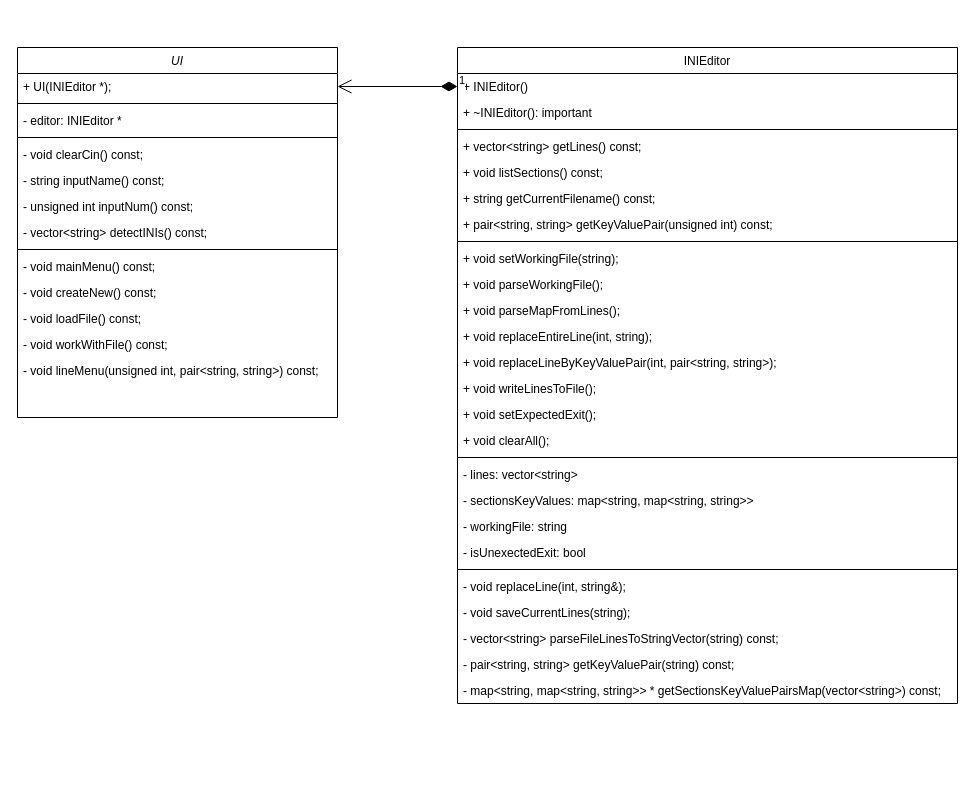
The draw.io diagram docs/classes.drawio in Rahjael/INIEditor, before the edit. Source tidied: cells renumbered, new cells numbered last; positions are measured from the earlier drawing's top-left corner, leaving out a move shared by most shapes. Both pictures are drawn from the tidied source at 100%, with x=0, y=0 at pixel (17, 47).
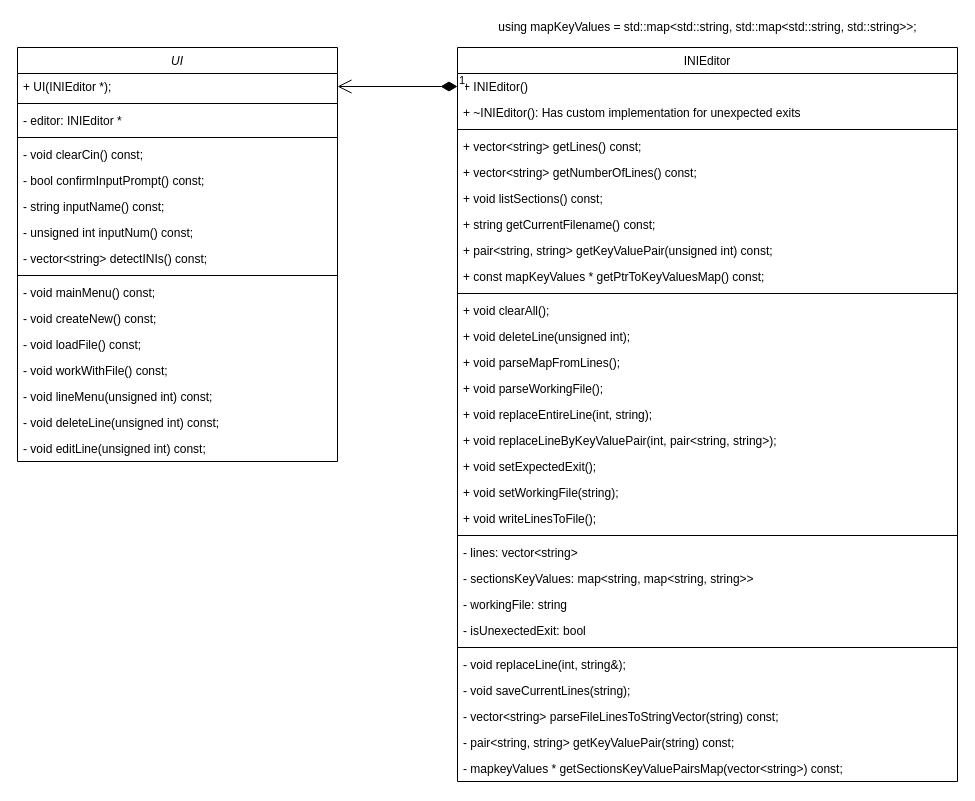
After the change.

The edit, as a diff of the source:
```diff
@@
     <mxCell id="2" value="UI" style="swimlane;fontStyle=2;align=center;verticalAlign=top;horizontal=1;startSize=26;rounded=0;shadow=0;strokeWidth=1;" parent="1" vertex="1">
-      <mxGeometry width="320" height="370" as="geometry" />
+      <mxGeometry width="320" height="414" as="geometry" />
     </mxCell>
@@
+    <mxCell id="46" value="- bool confirmInputPrompt() const;" style="text;align=left;verticalAlign=top;spacingLeft=4;spacingRight=4;overflow=hidden;rounded=0;shadow=0;html=0;" parent="2" vertex="1">
+      <mxGeometry y="120" width="320" height="26" as="geometry" />
+    </mxCell>
     <mxCell id="8" value="- string inputName() const;&#10;" style="text;align=left;verticalAlign=top;spacingLeft=4;spacingRight=4;overflow=hidden;rounded=0;shadow=0;html=0;" parent="2" vertex="1">
-      <mxGeometry y="120" width="320" height="26" as="geometry" />
+      <mxGeometry y="146" width="320" height="26" as="geometry" />
     </mxCell>
     <mxCell id="9" value="- unsigned int inputNum() const;&#10;" style="text;align=left;verticalAlign=top;spacingLeft=4;spacingRight=4;overflow=hidden;rounded=0;shadow=0;html=0;" parent="2" vertex="1">
-      <mxGeometry y="146" width="320" height="26" as="geometry" />
+      <mxGeometry y="172" width="320" height="26" as="geometry" />
     </mxCell>
     <mxCell id="10" value="- vector&lt;string&gt; detectINIs() const;&#10;" style="text;align=left;verticalAlign=top;spacingLeft=4;spacingRight=4;overflow=hidden;rounded=0;shadow=0;html=0;" parent="2" vertex="1">
-      <mxGeometry y="172" width="320" height="26" as="geometry" />
+      <mxGeometry y="198" width="320" height="26" as="geometry" />
     </mxCell>
     <mxCell id="11" style="line;strokeWidth=1;fillColor=none;align=left;verticalAlign=middle;spacingTop=-1;spacingLeft=3;spacingRight=3;labelPosition=right;" parent="2" vertex="1">
-      <mxGeometry y="198" width="320" height="8" as="geometry" />
+      <mxGeometry y="224" width="320" height="8" as="geometry" />
     </mxCell>
     <mxCell id="12" value="- void mainMenu() const;&#10;" style="text;align=left;verticalAlign=top;spacingLeft=4;spacingRight=4;overflow=hidden;rounded=0;shadow=0;html=0;" parent="2" vertex="1">
-      <mxGeometry y="206" width="320" height="26" as="geometry" />
+      <mxGeometry y="232" width="320" height="26" as="geometry" />
     </mxCell>
     <mxCell id="13" value="- void createNew() const;&#10;" style="text;align=left;verticalAlign=top;spacingLeft=4;spacingRight=4;overflow=hidden;rounded=0;shadow=0;html=0;" parent="2" vertex="1">
-      <mxGeometry y="232" width="320" height="26" as="geometry" />
+      <mxGeometry y="258" width="320" height="26" as="geometry" />
     </mxCell>
     <mxCell id="14" value="- void loadFile() const;&#10;" style="text;align=left;verticalAlign=top;spacingLeft=4;spacingRight=4;overflow=hidden;rounded=0;shadow=0;html=0;" parent="2" vertex="1">
-      <mxGeometry y="258" width="320" height="26" as="geometry" />
+      <mxGeometry y="284" width="320" height="26" as="geometry" />
     </mxCell>
     <mxCell id="15" value="- void workWithFile() const;&#10;" style="text;align=left;verticalAlign=top;spacingLeft=4;spacingRight=4;overflow=hidden;rounded=0;shadow=0;html=0;" parent="2" vertex="1">
-      <mxGeometry y="284" width="320" height="26" as="geometry" />
+      <mxGeometry y="310" width="320" height="26" as="geometry" />
     </mxCell>
-    <mxCell id="16" value="- void lineMenu(unsigned int, pair&lt;string, string&gt;) const;&#10;" style="text;align=left;verticalAlign=top;spacingLeft=4;spacingRight=4;overflow=hidden;rounded=0;shadow=0;html=0;" parent="2" vertex="1">
-      <mxGeometry y="310" width="320" height="26" as="geometry" />
+    <mxCell id="16" value="- void lineMenu(unsigned int) const;&#10;" style="text;align=left;verticalAlign=top;spacingLeft=4;spacingRight=4;overflow=hidden;rounded=0;shadow=0;html=0;" parent="2" vertex="1">
+      <mxGeometry y="336" width="320" height="26" as="geometry" />
     </mxCell>
+    <mxCell id="47" value="- void deleteLine(unsigned int) const;&#10;" style="text;align=left;verticalAlign=top;spacingLeft=4;spacingRight=4;overflow=hidden;rounded=0;shadow=0;html=0;" parent="2" vertex="1">
+      <mxGeometry y="362" width="320" height="26" as="geometry" />
+    </mxCell>
+    <mxCell id="48" value="- void editLine(unsigned int) const;&#10;" style="text;align=left;verticalAlign=top;spacingLeft=4;spacingRight=4;overflow=hidden;rounded=0;shadow=0;html=0;" parent="2" vertex="1">
+      <mxGeometry y="388" width="320" height="26" as="geometry" />
+    </mxCell>
     <mxCell id="17" value="INIEditor" style="swimlane;fontStyle=0;horizontal=1;startSize=26;fillColor=none;swimlaneLine=1;" parent="1" vertex="1">
-      <mxGeometry x="440" width="500" height="656" as="geometry" />
+      <mxGeometry x="440" width="500" height="734" as="geometry" />
     </mxCell>
@@
-    <mxCell id="19" value="+ ~INIEditor(): important" style="text;strokeColor=none;fillColor=none;align=left;verticalAlign=top;spacingLeft=4;spacingRight=4;overflow=hidden;" parent="17" vertex="1">
+    <mxCell id="19" value="+ ~INIEditor(): Has custom implementation for unexpected exits" style="text;strokeColor=none;fillColor=none;align=left;verticalAlign=top;spacingLeft=4;spacingRight=4;overflow=hidden;" parent="17" vertex="1">
       <mxGeometry y="52" width="500" height="26" as="geometry" />
     </mxCell>
@@
+    <mxCell id="49" value="+ vector&lt;string&gt; getNumberOfLines() const;" style="text;strokeColor=none;fillColor=none;align=left;verticalAlign=top;spacingLeft=4;spacingRight=4;overflow=hidden;" parent="17" vertex="1">
+      <mxGeometry y="112" width="500" height="26" as="geometry" />
+    </mxCell>
     <mxCell id="22" value="+ void listSections() const;" style="text;strokeColor=none;fillColor=none;align=left;verticalAlign=top;spacingLeft=4;spacingRight=4;overflow=hidden;" parent="17" vertex="1">
-      <mxGeometry y="112" width="500" height="26" as="geometry" />
+      <mxGeometry y="138" width="500" height="26" as="geometry" />
     </mxCell>
     <mxCell id="23" value="+ string getCurrentFilename() const;" style="text;strokeColor=none;fillColor=none;align=left;verticalAlign=top;spacingLeft=4;spacingRight=4;overflow=hidden;" parent="17" vertex="1">
-      <mxGeometry y="138" width="500" height="26" as="geometry" />
+      <mxGeometry y="164" width="500" height="26" as="geometry" />
     </mxCell>
     <mxCell id="24" value="+ pair&lt;string, string&gt; getKeyValuePair(unsigned int) const;" style="text;strokeColor=none;fillColor=none;align=left;verticalAlign=top;spacingLeft=4;spacingRight=4;overflow=hidden;" parent="17" vertex="1">
-      <mxGeometry y="164" width="500" height="26" as="geometry" />
+      <mxGeometry y="190" width="500" height="26" as="geometry" />
     </mxCell>
+    <mxCell id="50" value="+ const mapKeyValues * getPtrToKeyValuesMap() const;" style="text;strokeColor=none;fillColor=none;align=left;verticalAlign=top;spacingLeft=4;spacingRight=4;overflow=hidden;" parent="17" vertex="1">
+      <mxGeometry y="216" width="500" height="26" as="geometry" />
+    </mxCell>
     <mxCell id="25" style="line;strokeWidth=1;fillColor=none;align=left;verticalAlign=middle;spacingTop=-1;spacingLeft=3;spacingRight=3;labelPosition=right;" parent="17" vertex="1">
-      <mxGeometry y="190" width="500" height="8" as="geometry" />
+      <mxGeometry y="242" width="500" height="8" as="geometry" />
     </mxCell>
-    <mxCell id="26" value="+ void setWorkingFile(string);" style="text;strokeColor=none;fillColor=none;align=left;verticalAlign=top;spacingLeft=4;spacingRight=4;overflow=hidden;" parent="17" vertex="1">
-      <mxGeometry y="198" width="500" height="26" as="geometry" />
-    </mxCell>
+    <mxCell id="33" value="+ void clearAll();" style="text;strokeColor=none;fillColor=none;align=left;verticalAlign=top;spacingLeft=4;spacingRight=4;overflow=hidden;" parent="17" vertex="1">
+      <mxGeometry y="250" width="500" height="26" as="geometry" />
+    </mxCell>
+    <mxCell id="51" value="+ void deleteLine(unsigned int);" style="text;strokeColor=none;fillColor=none;align=left;verticalAlign=top;spacingLeft=4;spacingRight=4;overflow=hidden;" parent="17" vertex="1">
+      <mxGeometry y="276" width="500" height="26" as="geometry" />
+    </mxCell>
+    <mxCell id="28" value="+ void parseMapFromLines();" style="text;strokeColor=none;fillColor=none;align=left;verticalAlign=top;spacingLeft=4;spacingRight=4;overflow=hidden;" parent="17" vertex="1">
+      <mxGeometry y="302" width="500" height="26" as="geometry" />
+    </mxCell>
     <mxCell id="27" value="+ void parseWorkingFile();" style="text;strokeColor=none;fillColor=none;align=left;verticalAlign=top;spacingLeft=4;spacingRight=4;overflow=hidden;" parent="17" vertex="1">
-      <mxGeometry y="224" width="500" height="26" as="geometry" />
+      <mxGeometry y="328" width="500" height="26" as="geometry" />
     </mxCell>
-    <mxCell id="28" value="+ void parseMapFromLines();" style="text;strokeColor=none;fillColor=none;align=left;verticalAlign=top;spacingLeft=4;spacingRight=4;overflow=hidden;" parent="17" vertex="1">
-      <mxGeometry y="250" width="500" height="26" as="geometry" />
-    </mxCell>
     <mxCell id="29" value="+ void replaceEntireLine(int, string);" style="text;strokeColor=none;fillColor=none;align=left;verticalAlign=top;spacingLeft=4;spacingRight=4;overflow=hidden;" parent="17" vertex="1">
-      <mxGeometry y="276" width="500" height="26" as="geometry" />
+      <mxGeometry y="354" width="500" height="26" as="geometry" />
     </mxCell>
     <mxCell id="30" value="+ void replaceLineByKeyValuePair(int, pair&lt;string, string&gt;);" style="text;strokeColor=none;fillColor=none;align=left;verticalAlign=top;spacingLeft=4;spacingRight=4;overflow=hidden;" parent="17" vertex="1">
-      <mxGeometry y="302" width="500" height="26" as="geometry" />
+      <mxGeometry y="380" width="500" height="26" as="geometry" />
     </mxCell>
+    <mxCell id="32" value="+ void setExpectedExit();" style="text;strokeColor=none;fillColor=none;align=left;verticalAlign=top;spacingLeft=4;spacingRight=4;overflow=hidden;" parent="17" vertex="1">
+      <mxGeometry y="406" width="500" height="26" as="geometry" />
+    </mxCell>
+    <mxCell id="26" value="+ void setWorkingFile(string);" style="text;strokeColor=none;fillColor=none;align=left;verticalAlign=top;spacingLeft=4;spacingRight=4;overflow=hidden;" parent="17" vertex="1">
+      <mxGeometry y="432" width="500" height="26" as="geometry" />
+    </mxCell>
     <mxCell id="31" value="+ void writeLinesToFile();" style="text;strokeColor=none;fillColor=none;align=left;verticalAlign=top;spacingLeft=4;spacingRight=4;overflow=hidden;" parent="17" vertex="1">
-      <mxGeometry y="328" width="500" height="26" as="geometry" />
+      <mxGeometry y="458" width="500" height="26" as="geometry" />
     </mxCell>
-    <mxCell id="32" value="+ void setExpectedExit();" style="text;strokeColor=none;fillColor=none;align=left;verticalAlign=top;spacingLeft=4;spacingRight=4;overflow=hidden;" parent="17" vertex="1">
-      <mxGeometry y="354" width="500" height="26" as="geometry" />
-    </mxCell>
-    <mxCell id="33" value="+ void clearAll();" style="text;strokeColor=none;fillColor=none;align=left;verticalAlign=top;spacingLeft=4;spacingRight=4;overflow=hidden;" parent="17" vertex="1">
-      <mxGeometry y="380" width="500" height="26" as="geometry" />
-    </mxCell>
     <mxCell id="34" style="line;strokeWidth=1;fillColor=none;align=left;verticalAlign=middle;spacingTop=-1;spacingLeft=3;spacingRight=3;labelPosition=right;" parent="17" vertex="1">
-      <mxGeometry y="406" width="500" height="8" as="geometry" />
+      <mxGeometry y="484" width="500" height="8" as="geometry" />
     </mxCell>
     <mxCell id="35" value="- lines: vector&lt;string&gt;" style="text;strokeColor=none;fillColor=none;align=left;verticalAlign=top;spacingLeft=4;spacingRight=4;overflow=hidden;" parent="17" vertex="1">
-      <mxGeometry y="414" width="500" height="26" as="geometry" />
+      <mxGeometry y="492" width="500" height="26" as="geometry" />
     </mxCell>
     <mxCell id="36" value="- sectionsKeyValues: map&lt;string, map&lt;string, string&gt;&gt;" style="text;strokeColor=none;fillColor=none;align=left;verticalAlign=top;spacingLeft=4;spacingRight=4;overflow=hidden;" parent="17" vertex="1">
-      <mxGeometry y="440" width="500" height="26" as="geometry" />
+      <mxGeometry y="518" width="500" height="26" as="geometry" />
     </mxCell>
     <mxCell id="37" value="- workingFile: string" style="text;strokeColor=none;fillColor=none;align=left;verticalAlign=top;spacingLeft=4;spacingRight=4;overflow=hidden;" parent="17" vertex="1">
-      <mxGeometry y="466" width="500" height="26" as="geometry" />
+      <mxGeometry y="544" width="500" height="26" as="geometry" />
     </mxCell>
     <mxCell id="38" value="- isUnexectedExit: bool" style="text;strokeColor=none;fillColor=none;align=left;verticalAlign=top;spacingLeft=4;spacingRight=4;overflow=hidden;" parent="17" vertex="1">
-      <mxGeometry y="492" width="500" height="26" as="geometry" />
+      <mxGeometry y="570" width="500" height="26" as="geometry" />
     </mxCell>
     <mxCell id="39" style="line;strokeWidth=1;fillColor=none;align=left;verticalAlign=middle;spacingTop=-1;spacingLeft=3;spacingRight=3;labelPosition=right;" parent="17" vertex="1">
-      <mxGeometry y="518" width="500" height="8" as="geometry" />
+      <mxGeometry y="596" width="500" height="8" as="geometry" />
     </mxCell>
     <mxCell id="40" value="- void replaceLine(int, string&amp;);" style="text;strokeColor=none;fillColor=none;align=left;verticalAlign=top;spacingLeft=4;spacingRight=4;overflow=hidden;" parent="17" vertex="1">
-      <mxGeometry y="526" width="500" height="26" as="geometry" />
+      <mxGeometry y="604" width="500" height="26" as="geometry" />
     </mxCell>
     <mxCell id="41" value="- void saveCurrentLines(string);" style="text;strokeColor=none;fillColor=none;align=left;verticalAlign=top;spacingLeft=4;spacingRight=4;overflow=hidden;" parent="17" vertex="1">
-      <mxGeometry y="552" width="500" height="26" as="geometry" />
+      <mxGeometry y="630" width="500" height="26" as="geometry" />
     </mxCell>
     <mxCell id="42" value="- vector&lt;string&gt; parseFileLinesToStringVector(string) const;" style="text;strokeColor=none;fillColor=none;align=left;verticalAlign=top;spacingLeft=4;spacingRight=4;overflow=hidden;" parent="17" vertex="1">
-      <mxGeometry y="578" width="500" height="26" as="geometry" />
+      <mxGeometry y="656" width="500" height="26" as="geometry" />
     </mxCell>
     <mxCell id="43" value="- pair&lt;string, string&gt; getKeyValuePair(string) const;" style="text;strokeColor=none;fillColor=none;align=left;verticalAlign=top;spacingLeft=4;spacingRight=4;overflow=hidden;" parent="17" vertex="1">
-      <mxGeometry y="604" width="500" height="26" as="geometry" />
+      <mxGeometry y="682" width="500" height="26" as="geometry" />
     </mxCell>
-    <mxCell id="44" value="- map&lt;string, map&lt;string, string&gt;&gt; * getSectionsKeyValuePairsMap(vector&lt;string&gt;) const;" style="text;strokeColor=none;fillColor=none;align=left;verticalAlign=top;spacingLeft=4;spacingRight=4;overflow=hidden;" parent="17" vertex="1">
-      <mxGeometry y="630" width="500" height="26" as="geometry" />
+    <mxCell id="44" value="- mapkeyValues * getSectionsKeyValuePairsMap(vector&lt;string&gt;) const;" style="text;strokeColor=none;fillColor=none;align=left;verticalAlign=top;spacingLeft=4;spacingRight=4;overflow=hidden;" parent="17" vertex="1">
+      <mxGeometry y="708" width="500" height="26" as="geometry" />
     </mxCell>
@@
+    <mxCell id="52" value="using mapKeyValues = std::map&amp;lt;std::string, std::map&amp;lt;std::string, std::string&amp;gt;&amp;gt;;" style="text;html=1;align=center;verticalAlign=middle;strokeColor=none;" parent="1" vertex="1">
+      <mxGeometry x="475" y="-30" width="430" height="20" as="geometry" />
+    </mxCell>
```
